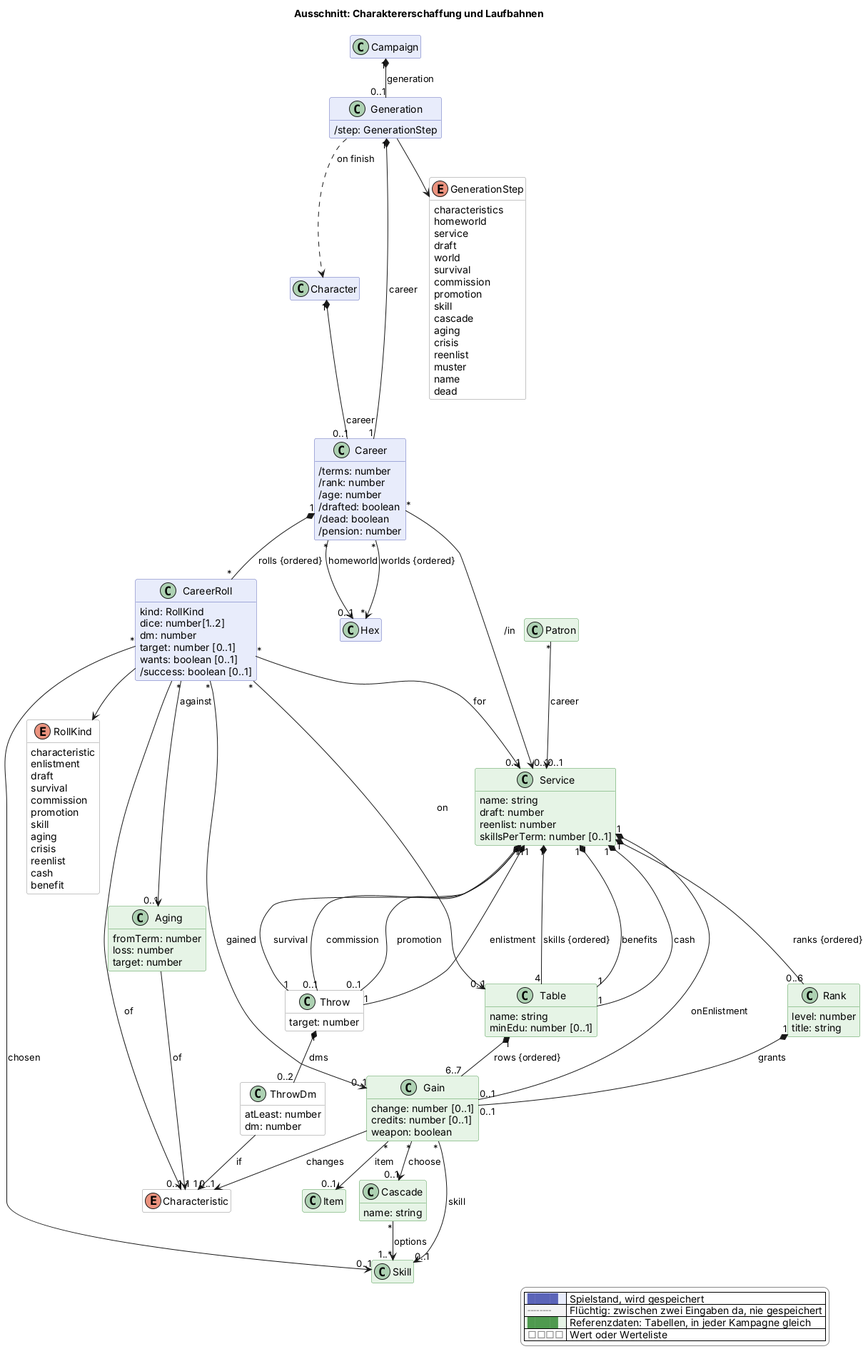
The PlantUML diagram docs/views/erschaffung.png in scuzzar/SRE, before a commit.
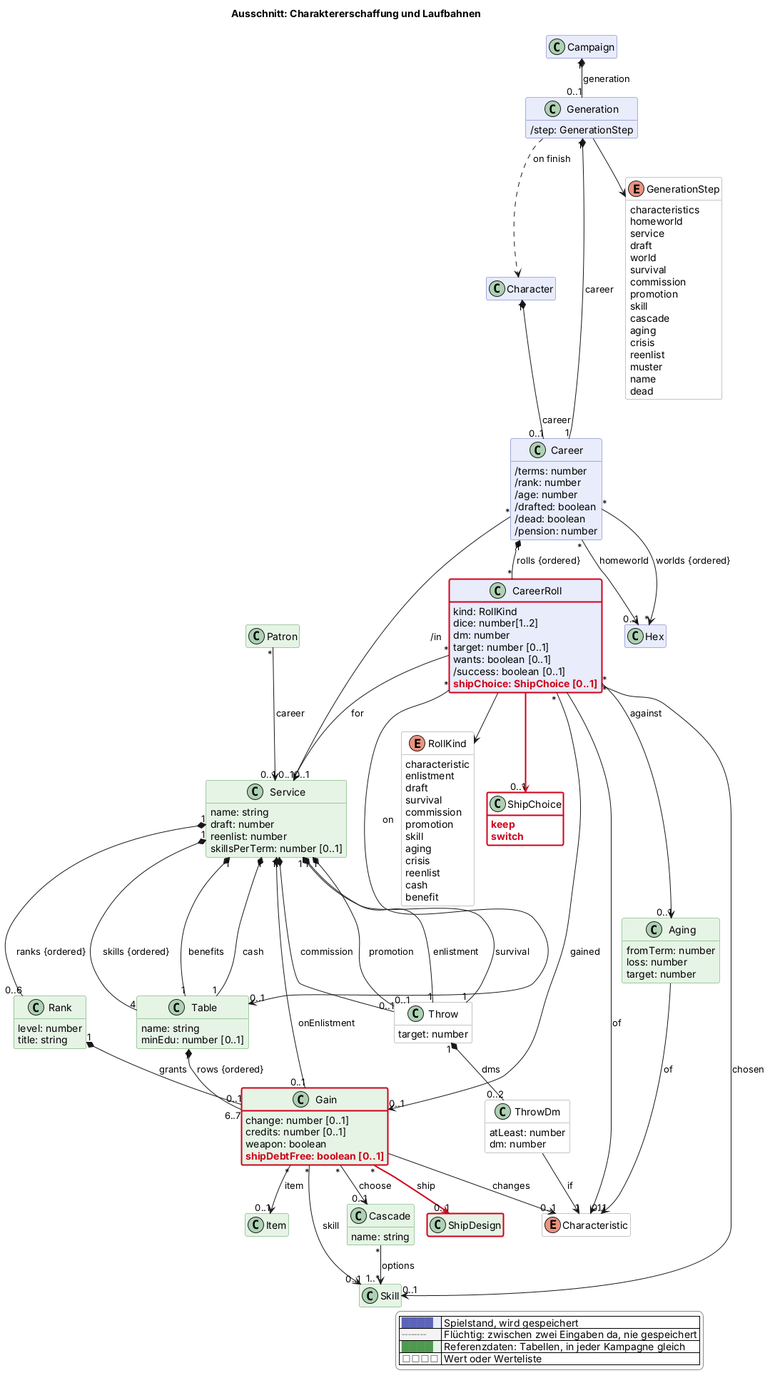
Above is the later version.

What changed in the source:
```diff
@@ -69,6 +69,8 @@
   class Campaign $kampagne
   class Character $charakter
 
+  class ShipDesign <<reference>> $schiffe $newClass("2026-11-16")
+
   class Generation $erschaffung {
     /step: GenerationStep
   }
@@ -87,6 +89,7 @@
     target: number [0..1]
     wants: boolean [0..1]
     /success: boolean [0..1]
+    $new("2026-11-16", "shipChoice: ShipChoice [0..1]")
   }
 
   class Hex $sektor
@@ -121,6 +124,7 @@
     change: number [0..1]
     credits: number [0..1]
     weapon: boolean
+    $new("2026-11-16", "shipDebtFree: boolean [0..1]")
   }
   class Item <<reference>> $shop
   class Cascade <<reference>> $erschaffung {
@@ -145,6 +149,10 @@
     cash
     benefit
   }
+  enum ShipChoice <<value>> $erschaffung $newClass("2026-11-16") {
+    $new("2026-11-16", "keep")
+    $new("2026-11-16", "switch")
+  }
   enum GenerationStep <<value>> $erschaffung {
     characteristics
     homeworld
@@ -166,6 +174,8 @@
   enum Characteristic <<value>> $charakter
 
 
+Gain "*" -$newArrow("2026-11-16")-> "0..1" ShipDesign : ship
+
 
 Campaign "1" *-- "0..1" Generation : generation
 Generation "1" *-- "1" Career : career
@@ -177,6 +187,7 @@
 Career "*" --> "0..1" Hex : homeworld
 Career "*" --> "*" Hex : worlds {ordered}
 CareerRoll --> RollKind
+CareerRoll -$newArrow("2026-11-16")-> "0..1" ShipChoice
 CareerRoll --> "0..1" Characteristic : of
 CareerRoll "*" --> "0..1" Service : for
 CareerRoll "*" --> "0..1" Table : on
@@ -220,4 +231,8 @@
   |<#e6f4e6> <color:#4f9a4f>████</color> | Referenzdaten: Tabellen, in jeder Kampagne gleich |
   |<#ffffff> <color:#8a8a8a>□□□□</color> | Wert oder Werteliste |
 endlegend
+class ShipDesign #line:d0021b;line.bold
+class CareerRoll #line:d0021b;line.bold
+class Gain #line:d0021b;line.bold
+class ShipChoice #line:d0021b;line.bold
 @enduml
```
